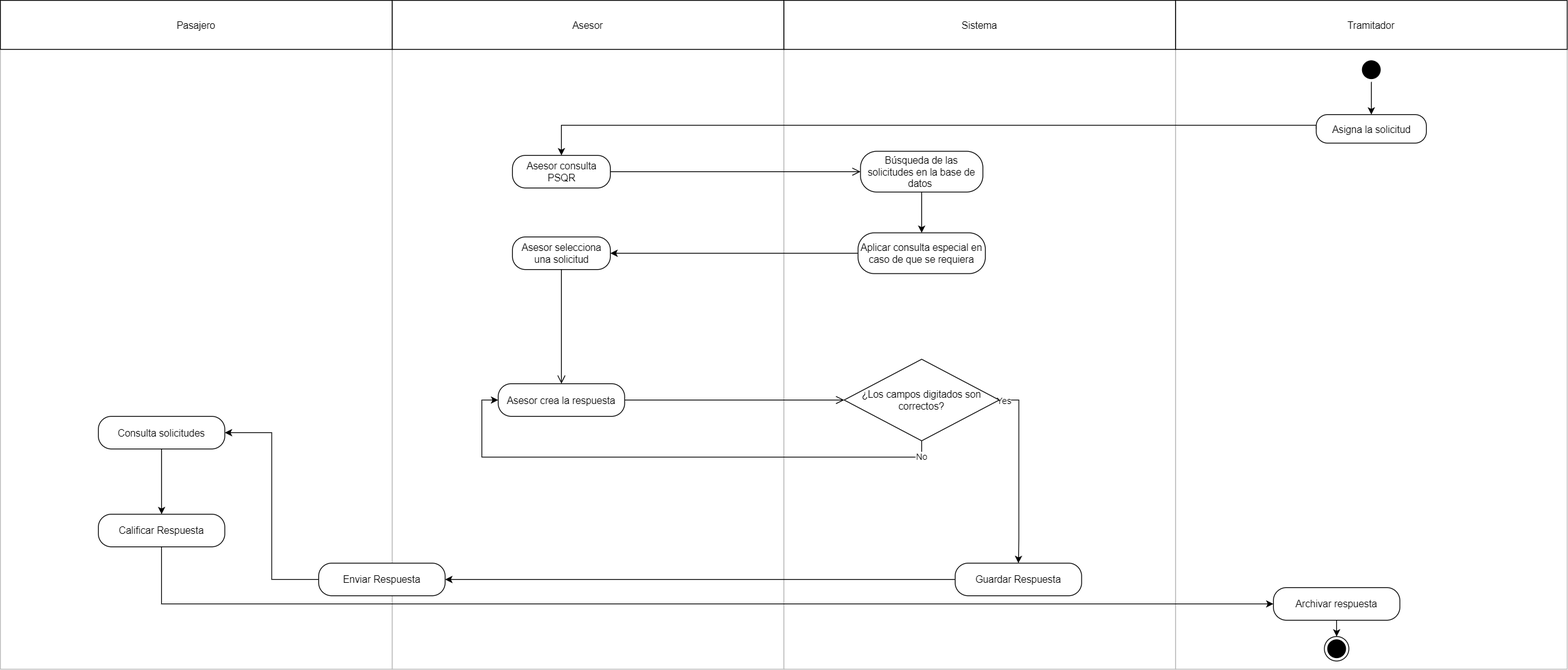
AlejandraRochaR/imagenes keeps this draw.io diagram as diagrama actvidades-Trámites.png. Above is the earlier version. Source tidied: cells renumbered, new cells last; positions are measured from the earlier drawing's top-left corner, leaving out a move shared by most shapes.
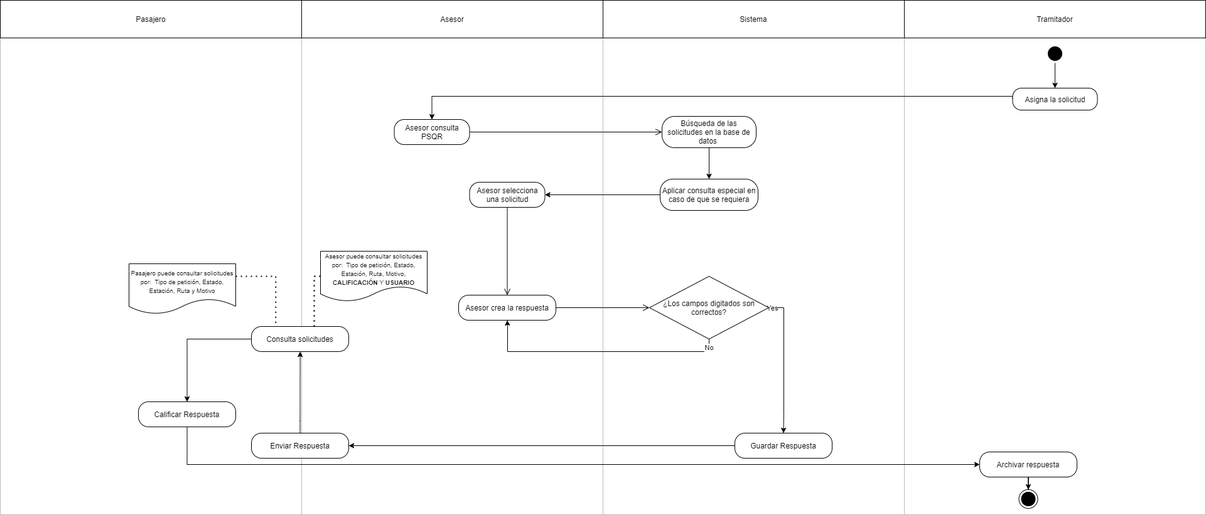
Above is the later version.

What changed in the source:
```diff
@@ -21,13 +21,13 @@
       <mxGeometry relative="1" as="geometry" />
     </mxCell>
     <mxCell id="8" value="Asesor selecciona una solicitud" style="rounded=1;whiteSpace=wrap;html=1;arcSize=40;fontColor=#000000;" parent="1" vertex="1">
-      <mxGeometry x="627.5" y="290" width="120" height="40" as="geometry" />
+      <mxGeometry x="747.5" y="290" width="120" height="40" as="geometry" />
     </mxCell>
     <mxCell id="9" style="edgeStyle=orthogonalEdgeStyle;html=1;verticalAlign=bottom;endArrow=open;endSize=8;entryX=0.5;entryY=0;entryDx=0;entryDy=0;" parent="1" edge="1" source="8" target="10">
       <mxGeometry relative="1" as="geometry" />
     </mxCell>
     <mxCell id="10" value="Asesor crea la respuesta" style="rounded=1;whiteSpace=wrap;html=1;arcSize=40;fontColor=#000000;" parent="1" vertex="1">
-      <mxGeometry x="610" y="470" width="155" height="40" as="geometry" />
+      <mxGeometry x="730" y="470" width="155" height="40" as="geometry" />
     </mxCell>
     <mxCell id="11" style="edgeStyle=orthogonalEdgeStyle;html=1;verticalAlign=bottom;endArrow=open;endSize=8;entryX=0;entryY=0.5;entryDx=0;entryDy=0;" parent="1" edge="1" source="10" target="24">
       <mxGeometry relative="1" as="geometry" />
@@ -56,12 +56,12 @@
     <mxCell id="19" value="Aplicar consulta especial en caso de que se requiera" style="rounded=1;whiteSpace=wrap;html=1;arcSize=40;fontColor=#000000;" parent="1" vertex="1">
       <mxGeometry x="1051" y="285" width="156" height="50" as="geometry" />
     </mxCell>
-    <mxCell id="20" style="edgeStyle=orthogonalEdgeStyle;rounded=0;jettySize=auto;html=1;entryX=0;entryY=0.5;entryDx=0;entryDy=0;exitX=0.5;exitY=1;exitDx=0;exitDy=0;" parent="1" edge="1" source="24" target="10">
+    <mxCell id="20" style="edgeStyle=orthogonalEdgeStyle;rounded=0;jettySize=auto;html=1;entryX=0.5;entryY=1;entryDx=0;entryDy=0;exitX=0.5;exitY=1;exitDx=0;exitDy=0;" parent="1" edge="1" source="24" target="10">
       <mxGeometry relative="1" as="geometry">
         <Array as="points">
           <mxPoint x="1129" y="560" />
-          <mxPoint x="590" y="560" />
-          <mxPoint x="590" y="490" />
+          <mxPoint x="808" y="560" />
+          <mxPoint x="808" y="520" />
         </Array>
       </mxGeometry>
     </mxCell>
@@ -86,7 +86,7 @@
       <mxGeometry relative="1" as="geometry" />
     </mxCell>
     <mxCell id="26" value="Consulta solicitudes" style="rounded=1;whiteSpace=wrap;html=1;arcSize=40;fontColor=#000000;" parent="1" vertex="1">
-      <mxGeometry x="120" y="510" width="155" height="40" as="geometry" />
+      <mxGeometry x="400" y="520" width="155" height="40" as="geometry" />
     </mxCell>
     <mxCell id="27" style="edgeStyle=orthogonalEdgeStyle;rounded=0;jettySize=auto;html=1;entryX=1;entryY=0.5;entryDx=0;entryDy=0;" parent="1" edge="1" source="28" target="30">
       <mxGeometry relative="1" as="geometry" />
@@ -94,21 +94,21 @@
     <mxCell id="28" value="Guardar Respuesta" style="rounded=1;whiteSpace=wrap;html=1;arcSize=40;fontColor=#000000;" parent="1" vertex="1">
       <mxGeometry x="1170" y="690" width="155" height="40" as="geometry" />
     </mxCell>
-    <mxCell id="29" style="edgeStyle=orthogonalEdgeStyle;rounded=0;jettySize=auto;html=1;entryX=1;entryY=0.5;entryDx=0;entryDy=0;" parent="1" edge="1" source="30" target="26">
+    <mxCell id="29" style="edgeStyle=orthogonalEdgeStyle;rounded=0;jettySize=auto;html=1;entryX=-0.005;entryY=0.658;entryDx=0;entryDy=0;entryPerimeter=0;" parent="1" edge="1" source="30" target="5">
       <mxGeometry relative="1" as="geometry" />
     </mxCell>
     <mxCell id="30" value="Enviar Respuesta" style="rounded=1;whiteSpace=wrap;html=1;arcSize=40;fontColor=#000000;" parent="1" vertex="1">
-      <mxGeometry x="390" y="690" width="155" height="40" as="geometry" />
+      <mxGeometry x="400" y="690" width="155" height="40" as="geometry" />
     </mxCell>
-    <mxCell id="31" style="edgeStyle=orthogonalEdgeStyle;rounded=0;jettySize=auto;html=1;entryX=0;entryY=0.5;entryDx=0;entryDy=0;" parent="1" edge="1" source="32" target="39">
+    <mxCell id="31" style="edgeStyle=orthogonalEdgeStyle;rounded=0;jettySize=auto;html=1;entryX=0;entryY=0.5;entryDx=0;entryDy=0;exitX=0.5;exitY=1;exitDx=0;exitDy=0;" parent="1" edge="1" source="32" target="39">
       <mxGeometry relative="1" as="geometry">
         <Array as="points">
-          <mxPoint x="198" y="740" />
+          <mxPoint x="298" y="740" />
         </Array>
       </mxGeometry>
     </mxCell>
     <mxCell id="32" value="Calificar Respuesta" style="rounded=1;whiteSpace=wrap;html=1;arcSize=40;fontColor=#000000;" parent="1" vertex="1">
-      <mxGeometry x="120" y="630" width="155" height="40" as="geometry" />
+      <mxGeometry x="220" y="640" width="155" height="40" as="geometry" />
     </mxCell>
     <mxCell id="33" value="Tramitador" style="rounded=0;whiteSpace=wrap;html=1;fillColor=none;" parent="1" vertex="1">
       <mxGeometry x="1440" width="480" height="60" as="geometry" />
@@ -135,5 +135,17 @@
     <mxCell id="39" value="Archivar respuesta" style="rounded=1;whiteSpace=wrap;html=1;arcSize=40;fontColor=#000000;" parent="1" vertex="1">
       <mxGeometry x="1560" y="720" width="155" height="40" as="geometry" />
     </mxCell>
+    <mxCell id="40" value="&lt;font style=&quot;font-size: 10px&quot;&gt;Pasajero puede consultar solicitudes por:&amp;nbsp; Tipo de petición, Estado, Estación, Ruta y Motivo&lt;/font&gt;" style="shape=document;whiteSpace=wrap;html=1;boundedLbl=1;" parent="1" vertex="1">
+      <mxGeometry x="205" y="420" width="170" height="80" as="geometry" />
+    </mxCell>
+    <mxCell id="41" style="endArrow=none;dashed=1;html=1;dashPattern=1 3;strokeWidth=2;exitX=1;exitY=0.25;exitDx=0;exitDy=0;entryX=0.25;entryY=0;entryDx=0;entryDy=0;rounded=0;edgeStyle=orthogonalEdgeStyle;" parent="1" edge="1" source="40" target="26">
+      <mxGeometry relative="1" as="geometry" />
+    </mxCell>
+    <mxCell id="42" value="&lt;font style=&quot;font-size: 10px&quot;&gt;Asesor puede consultar solicitudes por:&amp;nbsp; Tipo de petición, Estado, Estación, Ruta, Motivo, &lt;b&gt;CALIFICACIÓN &lt;/b&gt;Y&amp;nbsp;&lt;b&gt;USUARIO&lt;/b&gt;&lt;/font&gt;" style="shape=document;whiteSpace=wrap;html=1;boundedLbl=1;" parent="1" vertex="1">
+      <mxGeometry x="510" y="400" width="170" height="80" as="geometry" />
+    </mxCell>
+    <mxCell id="43" style="endArrow=none;dashed=1;html=1;dashPattern=1 3;strokeWidth=2;exitX=0;exitY=0.5;exitDx=0;exitDy=0;entryX=0.645;entryY=0.003;entryDx=0;entryDy=0;rounded=0;edgeStyle=orthogonalEdgeStyle;entryPerimeter=0;" parent="1" edge="1" source="42" target="26">
+      <mxGeometry relative="1" as="geometry" />
+    </mxCell>
   </root>
 </mxGraphModel>
```
